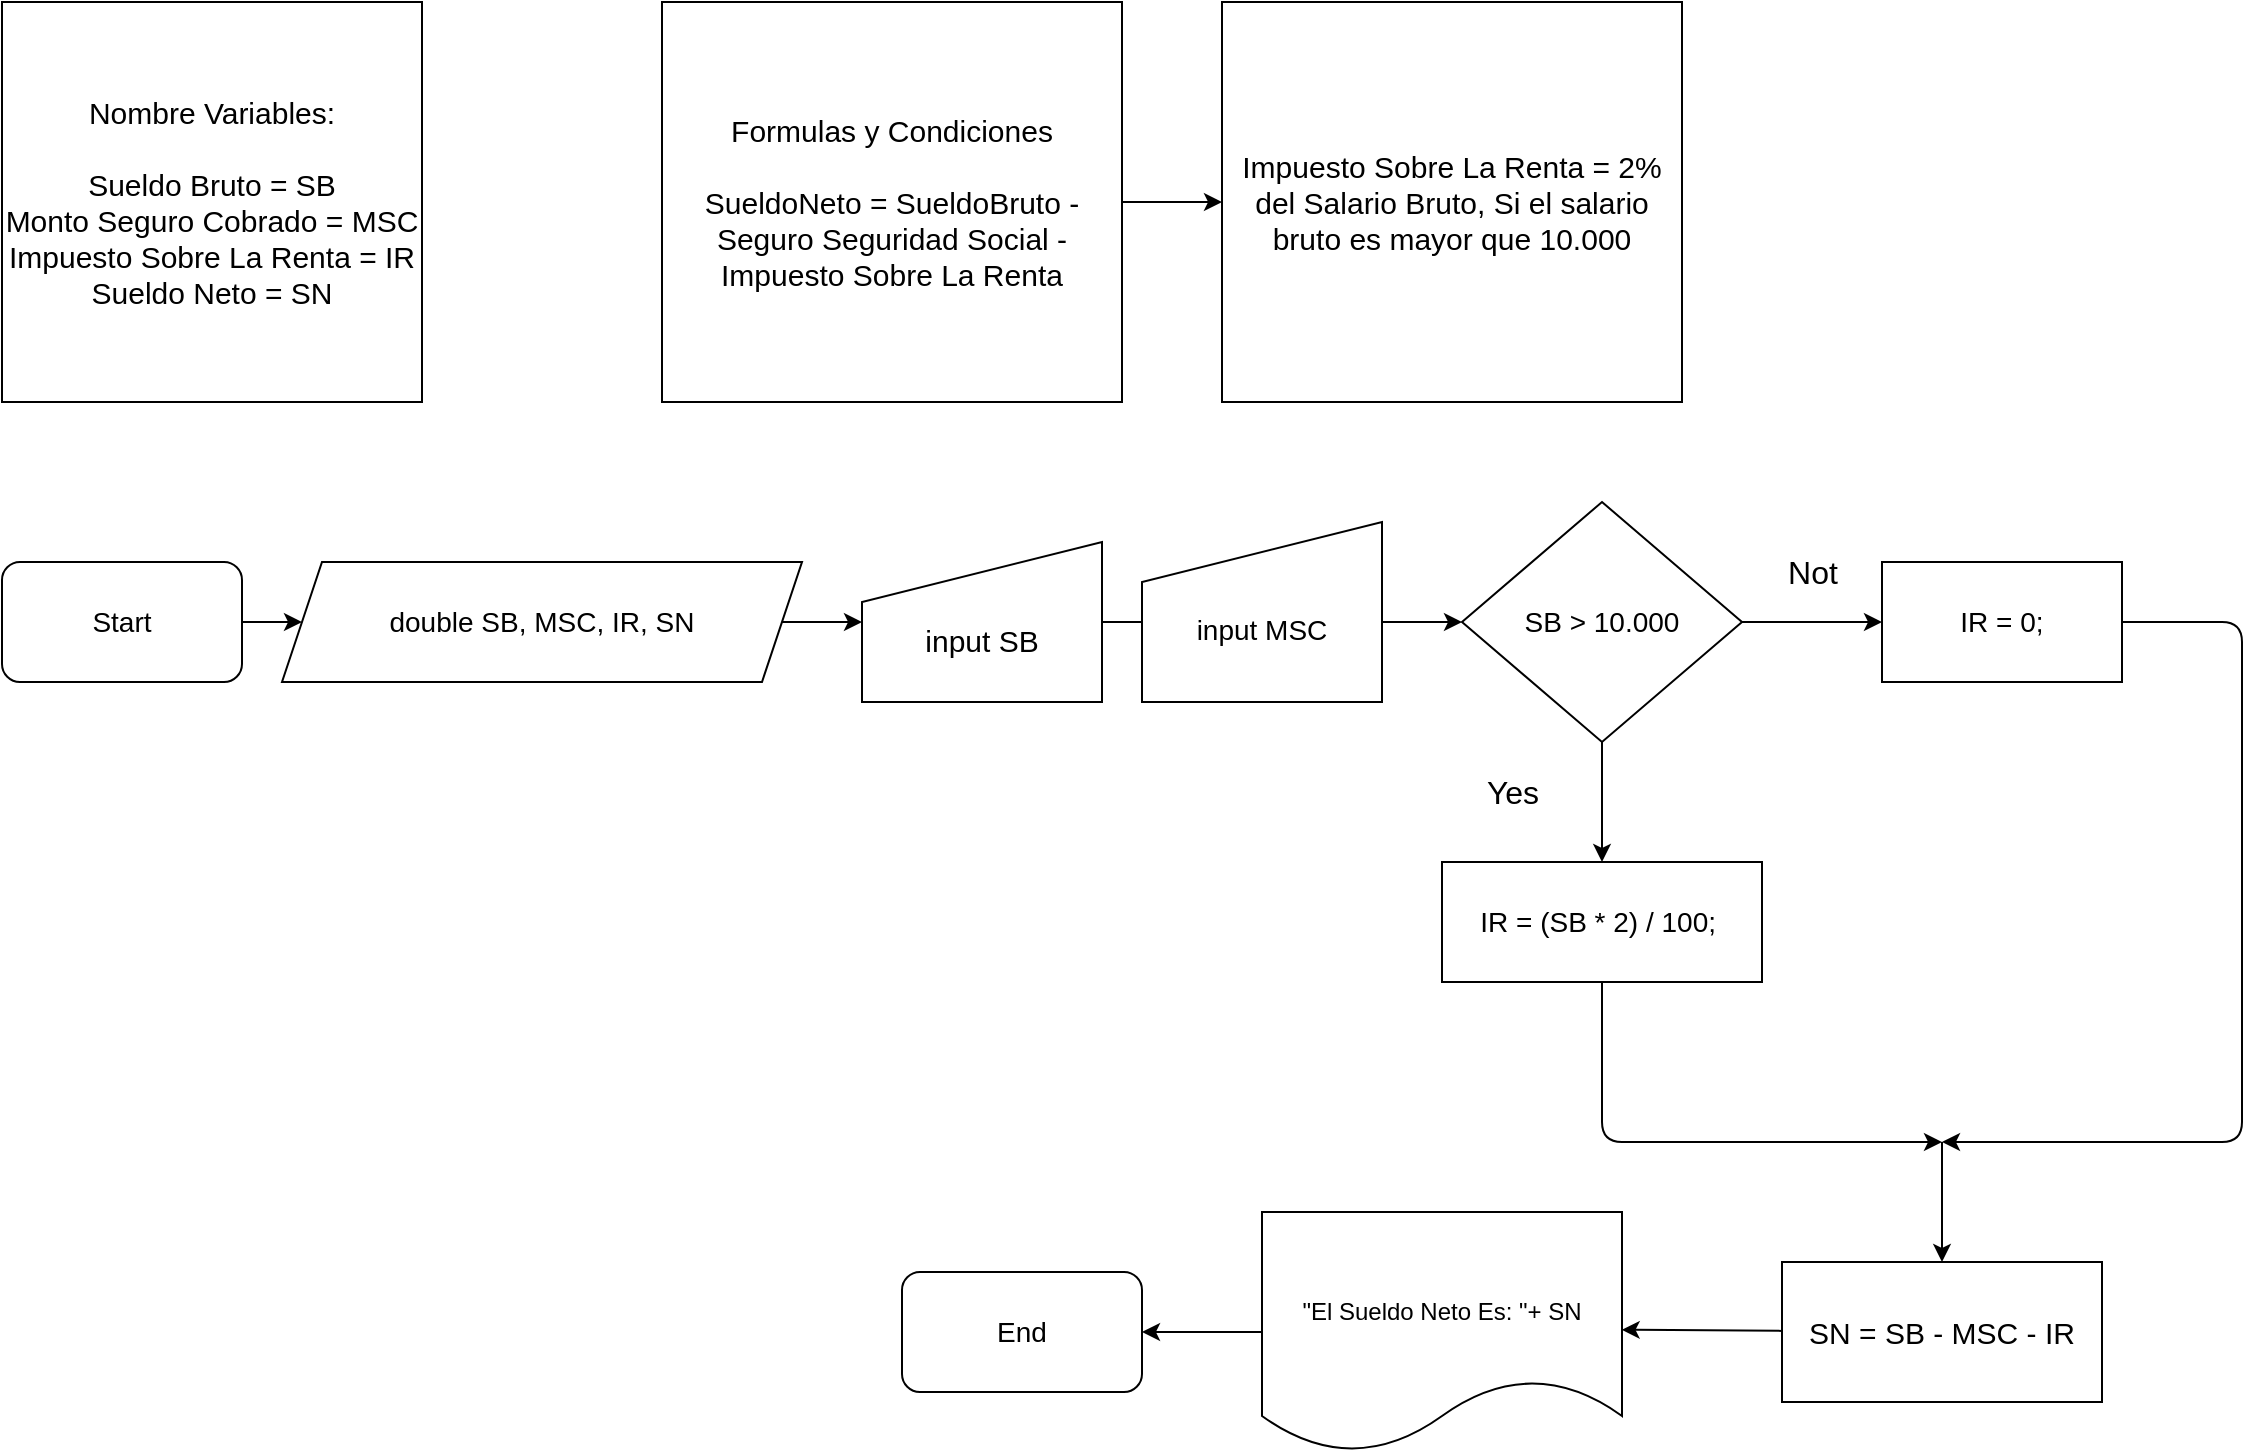
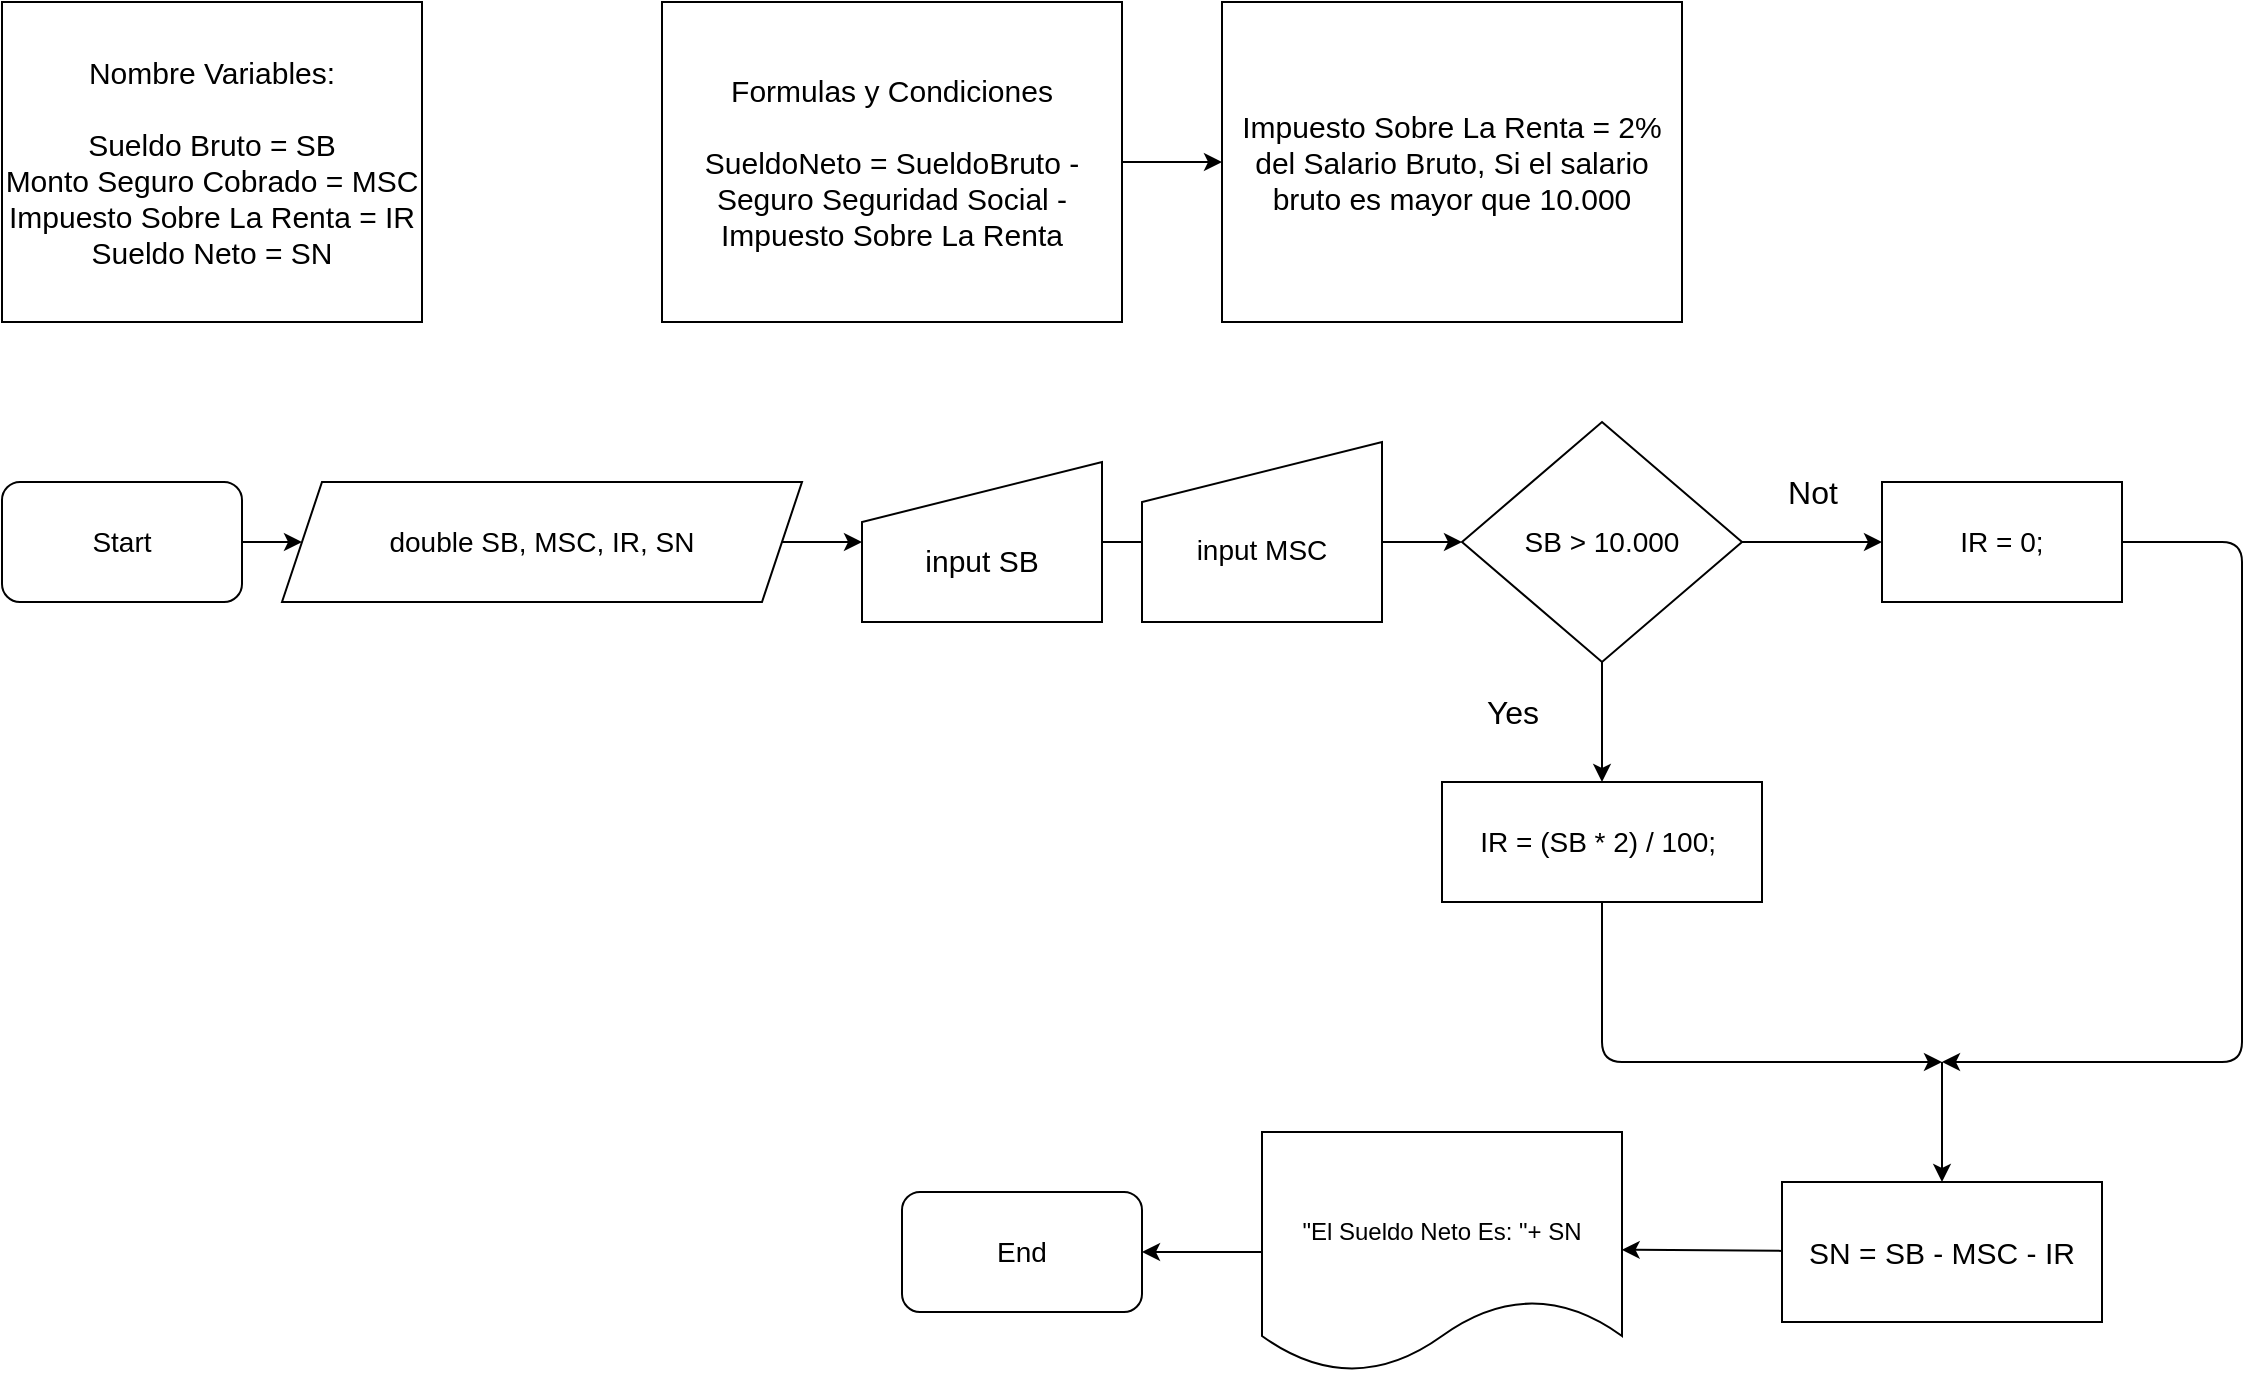
<mxfile host="65bd71144e">
    <diagram id="Tg3lUmxRGxPDbhGSnAs4" name="Page-1">
-         <mxGraphModel dx="2915" dy="1075" grid="1" gridSize="10" guides="1" tooltips="1" connect="1" arrows="1" fold="1" page="1" pageScale="1" pageWidth="850" pageHeight="1100" math="0" shadow="0">
+         <mxGraphModel dx="2445" dy="865" grid="1" gridSize="10" guides="1" tooltips="1" connect="1" arrows="1" fold="1" page="1" pageScale="1" pageWidth="850" pageHeight="1100" math="0" shadow="0">
            <root>
                <mxCell id="0"/>
                <mxCell id="1" parent="0"/>
-                 <mxCell id="2" value="&lt;div&gt;&lt;span style=&quot;background-color: transparent;&quot;&gt;&lt;font&gt;Nombre Variables:&lt;/font&gt;&lt;/span&gt;&lt;/div&gt;&lt;div&gt;&lt;br&gt;&lt;/div&gt;Sueldo Bruto = SB&lt;div&gt;Monto Seguro Cobrado = MSC&lt;/div&gt;&lt;div&gt;Impuesto Sobre La Renta = IR&lt;/div&gt;&lt;div&gt;Sueldo Neto = SN&lt;/div&gt;" style="rounded=0;whiteSpace=wrap;html=1;fontSize=15;" vertex="1" parent="1">
-                     <mxGeometry x="-280" y="10" width="210" height="200" as="geometry"/>
+                 <mxCell id="2" value="&lt;div&gt;&lt;span style=&quot;background-color: transparent;&quot;&gt;&lt;font&gt;Nombre Variables:&lt;/font&gt;&lt;/span&gt;&lt;/div&gt;&lt;div&gt;&lt;br&gt;&lt;/div&gt;Sueldo Bruto = SB&lt;div&gt;Monto Seguro Cobrado = MSC&lt;/div&gt;&lt;div&gt;Impuesto Sobre La Renta = IR&lt;/div&gt;&lt;div&gt;Sueldo Neto = SN&lt;/div&gt;" style="rounded=0;whiteSpace=wrap;html=1;fontSize=15;" parent="1" vertex="1">
+                     <mxGeometry x="-380" y="70" width="210" height="160" as="geometry"/>
                </mxCell>
-                 <mxCell id="7" style="edgeStyle=none;html=1;entryX=0;entryY=0.5;entryDx=0;entryDy=0;" edge="1" parent="1" source="5" target="6">
+                 <mxCell id="7" style="edgeStyle=none;html=1;entryX=0;entryY=0.5;entryDx=0;entryDy=0;" parent="1" source="5" target="6" edge="1">
                    <mxGeometry relative="1" as="geometry"/>
                </mxCell>
-                 <mxCell id="5" value="Formulas y Condiciones&lt;div&gt;&lt;br&gt;&lt;/div&gt;&lt;div&gt;SueldoNeto = SueldoBruto - Seguro Seguridad Social - Impuesto Sobre La Renta&lt;/div&gt;" style="rounded=0;whiteSpace=wrap;html=1;fontSize=15;" vertex="1" parent="1">
-                     <mxGeometry x="50" y="10" width="230" height="200" as="geometry"/>
+                 <mxCell id="5" value="Formulas y Condiciones&lt;div&gt;&lt;br&gt;&lt;/div&gt;&lt;div&gt;SueldoNeto = SueldoBruto - Seguro Seguridad Social - Impuesto Sobre La Renta&lt;/div&gt;" style="rounded=0;whiteSpace=wrap;html=1;fontSize=15;" parent="1" vertex="1">
+                     <mxGeometry x="-50" y="70" width="230" height="160" as="geometry"/>
                </mxCell>
-                 <mxCell id="6" value="Impuesto Sobre La Renta = 2% del Salario Bruto, Si el salario bruto es mayor que 10.000" style="rounded=0;whiteSpace=wrap;html=1;fontSize=15;" vertex="1" parent="1">
-                     <mxGeometry x="330" y="10" width="230" height="200" as="geometry"/>
+                 <mxCell id="6" value="Impuesto Sobre La Renta = 2% del Salario Bruto, Si el salario bruto es mayor que 10.000" style="rounded=0;whiteSpace=wrap;html=1;fontSize=15;" parent="1" vertex="1">
+                     <mxGeometry x="230" y="70" width="230" height="160" as="geometry"/>
                </mxCell>
-                 <mxCell id="12" style="edgeStyle=none;html=1;entryX=0;entryY=0.5;entryDx=0;entryDy=0;" edge="1" parent="1" source="8" target="9">
+                 <mxCell id="12" style="edgeStyle=none;html=1;entryX=0;entryY=0.5;entryDx=0;entryDy=0;" parent="1" source="8" target="9" edge="1">
                    <mxGeometry relative="1" as="geometry"/>
                </mxCell>
-                 <mxCell id="8" value="Start" style="rounded=1;whiteSpace=wrap;html=1;fontSize=14;" vertex="1" parent="1">
-                     <mxGeometry x="-280" y="290" width="120" height="60" as="geometry"/>
+                 <mxCell id="8" value="Start" style="rounded=1;whiteSpace=wrap;html=1;fontSize=14;" parent="1" vertex="1">
+                     <mxGeometry x="-380" y="310" width="120" height="60" as="geometry"/>
                </mxCell>
-                 <mxCell id="15" value="" style="edgeStyle=none;html=1;" edge="1" parent="1" source="16" target="14">
+                 <mxCell id="15" value="" style="edgeStyle=none;html=1;" parent="1" source="16" target="14" edge="1">
                    <mxGeometry relative="1" as="geometry"/>
                </mxCell>
-                 <mxCell id="9" value="double SB, MSC, IR, SN" style="shape=parallelogram;perimeter=parallelogramPerimeter;whiteSpace=wrap;html=1;fixedSize=1;fontSize=14;" vertex="1" parent="1">
-                     <mxGeometry x="-140" y="290" width="260" height="60" as="geometry"/>
+                 <mxCell id="9" value="double SB, MSC, IR, SN" style="shape=parallelogram;perimeter=parallelogramPerimeter;whiteSpace=wrap;html=1;fixedSize=1;fontSize=14;" parent="1" vertex="1">
+                     <mxGeometry x="-240" y="310" width="260" height="60" as="geometry"/>
                </mxCell>
-                 <mxCell id="19" value="" style="edgeStyle=none;html=1;" edge="1" parent="1" source="14" target="18">
+                 <mxCell id="19" value="" style="edgeStyle=none;html=1;" parent="1" source="14" target="18" edge="1">
                    <mxGeometry relative="1" as="geometry"/>
                </mxCell>
-                 <mxCell id="21" value="" style="edgeStyle=none;html=1;" edge="1" parent="1" source="14" target="20">
+                 <mxCell id="21" value="" style="edgeStyle=none;html=1;" parent="1" source="14" target="20" edge="1">
                    <mxGeometry relative="1" as="geometry"/>
                </mxCell>
-                 <mxCell id="14" value="SB &amp;gt; 10.000" style="rhombus;whiteSpace=wrap;html=1;fontSize=14;" vertex="1" parent="1">
-                     <mxGeometry x="450" y="260" width="140" height="120" as="geometry"/>
+                 <mxCell id="14" value="SB &amp;gt; 10.000" style="rhombus;whiteSpace=wrap;html=1;fontSize=14;" parent="1" vertex="1">
+                     <mxGeometry x="350" y="280" width="140" height="120" as="geometry"/>
                </mxCell>
-                 <mxCell id="17" value="" style="edgeStyle=none;html=1;" edge="1" parent="1" source="9" target="16">
+                 <mxCell id="17" value="" style="edgeStyle=none;html=1;" parent="1" source="9" target="16" edge="1">
                    <mxGeometry relative="1" as="geometry">
-                         <mxPoint x="110" y="320" as="sourcePoint"/>
-                         <mxPoint x="330" y="320" as="targetPoint"/>
+                         <mxPoint x="10" y="340" as="sourcePoint"/>
+                         <mxPoint x="230" y="340" as="targetPoint"/>
                    </mxGeometry>
                </mxCell>
-                 <mxCell id="16" value="&lt;div&gt;&lt;br&gt;&lt;/div&gt;&lt;div&gt;input SB&lt;/div&gt;" style="shape=manualInput;whiteSpace=wrap;html=1;fontSize=15;" vertex="1" parent="1">
-                     <mxGeometry x="150" y="280" width="120" height="80" as="geometry"/>
+                 <mxCell id="16" value="&lt;div&gt;&lt;br&gt;&lt;/div&gt;&lt;div&gt;input SB&lt;/div&gt;" style="shape=manualInput;whiteSpace=wrap;html=1;fontSize=15;" parent="1" vertex="1">
+                     <mxGeometry x="50" y="300" width="120" height="80" as="geometry"/>
                </mxCell>
-                 <mxCell id="32" style="edgeStyle=none;html=1;exitX=1;exitY=0.5;exitDx=0;exitDy=0;" edge="1" parent="1" source="18">
+                 <mxCell id="32" style="edgeStyle=none;html=1;exitX=1;exitY=0.5;exitDx=0;exitDy=0;" parent="1" source="18" edge="1">
                    <mxGeometry relative="1" as="geometry">
-                         <mxPoint x="690" y="580" as="targetPoint"/>
+                         <mxPoint x="590" y="600" as="targetPoint"/>
                        <Array as="points">
-                             <mxPoint x="840" y="320"/>
-                             <mxPoint x="840" y="450"/>
-                             <mxPoint x="840" y="580"/>
+                             <mxPoint x="740" y="340"/>
+                             <mxPoint x="740" y="470"/>
+                             <mxPoint x="740" y="600"/>
                        </Array>
                    </mxGeometry>
                </mxCell>
-                 <mxCell id="18" value="IR = 0;" style="whiteSpace=wrap;html=1;fontSize=14;" vertex="1" parent="1">
-                     <mxGeometry x="660" y="290" width="120" height="60" as="geometry"/>
+                 <mxCell id="18" value="IR = 0;" style="whiteSpace=wrap;html=1;fontSize=14;" parent="1" vertex="1">
+                     <mxGeometry x="560" y="310" width="120" height="60" as="geometry"/>
                </mxCell>
-                 <mxCell id="29" style="edgeStyle=none;html=1;" edge="1" parent="1" source="20">
+                 <mxCell id="29" style="edgeStyle=none;html=1;" parent="1" source="20" edge="1">
                    <mxGeometry relative="1" as="geometry">
-                         <mxPoint x="690" y="580" as="targetPoint"/>
+                         <mxPoint x="590" y="600" as="targetPoint"/>
                        <Array as="points">
-                             <mxPoint x="520" y="580"/>
+                             <mxPoint x="420" y="600"/>
                        </Array>
                    </mxGeometry>
                </mxCell>
-                 <mxCell id="20" value="IR = (SB * 2) / 100;&amp;nbsp;" style="whiteSpace=wrap;html=1;fontSize=14;" vertex="1" parent="1">
-                     <mxGeometry x="440" y="440" width="160" height="60" as="geometry"/>
+                 <mxCell id="20" value="IR = (SB * 2) / 100;&amp;nbsp;" style="whiteSpace=wrap;html=1;fontSize=14;" parent="1" vertex="1">
+                     <mxGeometry x="340" y="460" width="160" height="60" as="geometry"/>
                </mxCell>
-                 <mxCell id="24" value="Yes" style="text;html=1;align=center;verticalAlign=middle;resizable=0;points=[];autosize=1;strokeColor=none;fillColor=none;fontSize=16;" vertex="1" parent="1">
-                     <mxGeometry x="450" y="390" width="50" height="30" as="geometry"/>
+                 <mxCell id="24" value="Yes" style="text;html=1;align=center;verticalAlign=middle;resizable=0;points=[];autosize=1;strokeColor=none;fillColor=none;fontSize=16;" parent="1" vertex="1">
+                     <mxGeometry x="350" y="410" width="50" height="30" as="geometry"/>
                </mxCell>
-                 <mxCell id="25" value="Not" style="text;html=1;align=center;verticalAlign=middle;resizable=0;points=[];autosize=1;strokeColor=none;fillColor=none;fontSize=16;" vertex="1" parent="1">
-                     <mxGeometry x="600" y="280" width="50" height="30" as="geometry"/>
+                 <mxCell id="25" value="Not" style="text;html=1;align=center;verticalAlign=middle;resizable=0;points=[];autosize=1;strokeColor=none;fillColor=none;fontSize=16;" parent="1" vertex="1">
+                     <mxGeometry x="500" y="300" width="50" height="30" as="geometry"/>
                </mxCell>
-                 <mxCell id="26" value="SN = SB - MSC - IR" style="whiteSpace=wrap;html=1;fontSize=15;" vertex="1" parent="1">
-                     <mxGeometry x="610" y="640" width="160" height="70" as="geometry"/>
+                 <mxCell id="26" value="SN = SB - MSC - IR" style="whiteSpace=wrap;html=1;fontSize=15;" parent="1" vertex="1">
+                     <mxGeometry x="510" y="660" width="160" height="70" as="geometry"/>
                </mxCell>
-                 <mxCell id="33" value="" style="edgeStyle=none;orthogonalLoop=1;jettySize=auto;html=1;entryX=0.5;entryY=0;entryDx=0;entryDy=0;" edge="1" parent="1" target="26">
+                 <mxCell id="33" value="" style="edgeStyle=none;orthogonalLoop=1;jettySize=auto;html=1;entryX=0.5;entryY=0;entryDx=0;entryDy=0;" parent="1" target="26" edge="1">
                    <mxGeometry width="100" relative="1" as="geometry">
-                         <mxPoint x="690" y="580" as="sourcePoint"/>
-                         <mxPoint x="745" y="460" as="targetPoint"/>
+                         <mxPoint x="590" y="600" as="sourcePoint"/>
+                         <mxPoint x="645" y="480" as="targetPoint"/>
                        <Array as="points"/>
                    </mxGeometry>
                </mxCell>
-                 <mxCell id="39" style="edgeStyle=none;html=1;entryX=1;entryY=0.5;entryDx=0;entryDy=0;" edge="1" parent="1" source="35" target="38">
+                 <mxCell id="39" style="edgeStyle=none;html=1;entryX=1;entryY=0.5;entryDx=0;entryDy=0;" parent="1" source="35" target="38" edge="1">
                    <mxGeometry relative="1" as="geometry"/>
                </mxCell>
-                 <mxCell id="35" value="&lt;div&gt;&lt;br&gt;&lt;/div&gt;&quot;El Sueldo Neto Es: &quot;+ SN" style="shape=document;whiteSpace=wrap;html=1;boundedLbl=1;" vertex="1" parent="1">
-                     <mxGeometry x="350" y="615" width="180" height="120" as="geometry"/>
+                 <mxCell id="35" value="&lt;div&gt;&lt;br&gt;&lt;/div&gt;&quot;El Sueldo Neto Es: &quot;+ SN" style="shape=document;whiteSpace=wrap;html=1;boundedLbl=1;" parent="1" vertex="1">
+                     <mxGeometry x="250" y="635" width="180" height="120" as="geometry"/>
                </mxCell>
-                 <mxCell id="36" style="edgeStyle=none;html=1;entryX=0.999;entryY=0.449;entryDx=0;entryDy=0;entryPerimeter=0;" edge="1" parent="1" source="26">
+                 <mxCell id="36" style="edgeStyle=none;html=1;entryX=0.999;entryY=0.449;entryDx=0;entryDy=0;entryPerimeter=0;" parent="1" source="26" edge="1">
                    <mxGeometry relative="1" as="geometry">
-                         <mxPoint x="529.8199999999997" y="673.8799999999997" as="targetPoint"/>
+                         <mxPoint x="429.8199999999997" y="693.8799999999997" as="targetPoint"/>
                    </mxGeometry>
                </mxCell>
-                 <mxCell id="38" value="End" style="rounded=1;whiteSpace=wrap;html=1;fontSize=14;" vertex="1" parent="1">
-                     <mxGeometry x="170" y="645" width="120" height="60" as="geometry"/>
+                 <mxCell id="38" value="End" style="rounded=1;whiteSpace=wrap;html=1;fontSize=14;" parent="1" vertex="1">
+                     <mxGeometry x="70" y="665" width="120" height="60" as="geometry"/>
                </mxCell>
-                 <mxCell id="40" value="&lt;div&gt;&lt;br&gt;&lt;/div&gt;&lt;div&gt;input MSC&lt;/div&gt;" style="shape=manualInput;whiteSpace=wrap;html=1;fontSize=14;" vertex="1" parent="1">
-                     <mxGeometry x="290" y="270" width="120" height="90" as="geometry"/>
+                 <mxCell id="40" value="&lt;div&gt;&lt;br&gt;&lt;/div&gt;&lt;div&gt;input MSC&lt;/div&gt;" style="shape=manualInput;whiteSpace=wrap;html=1;fontSize=14;" parent="1" vertex="1">
+                     <mxGeometry x="190" y="290" width="120" height="90" as="geometry"/>
                </mxCell>
            </root>
        </mxGraphModel>
    </diagram>
</mxfile>